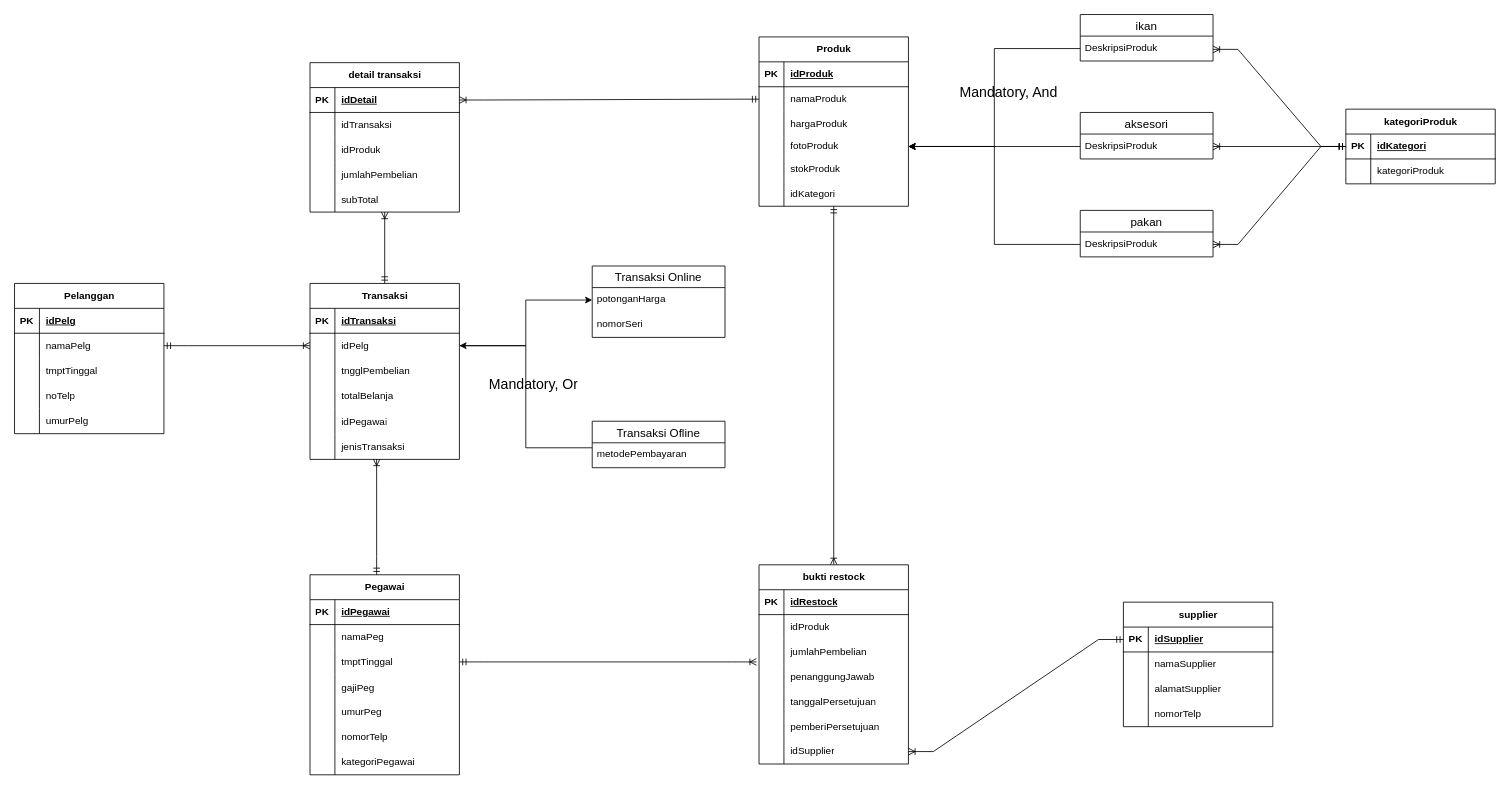
shinoaaa/flowchartttz keeps this draw.io diagram as Diagram Tanpa Judul.drawio. Above is the earlier version. Source tidied: cells renumbered, new cells numbered last; positions are measured from the earlier drawing's top-left corner, leaving out a move shared by most shapes. Both pictures are drawn from the tidied source at 83%, with x=0, y=0 at pixel (14, 14).
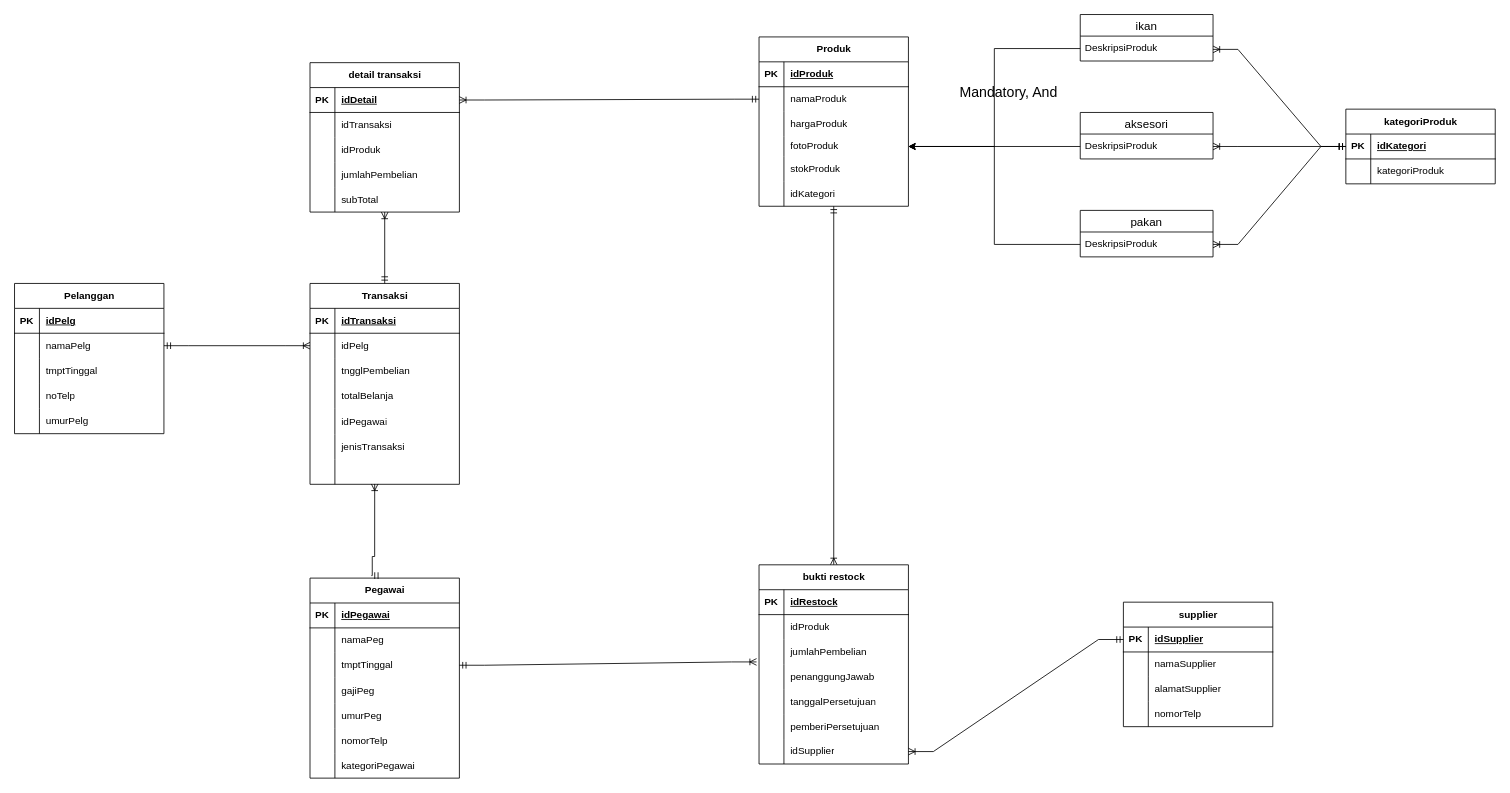
The same diagram, later.

Unchanged cells that the change refers to:
```xml
<mxCell id="22" style="shape=tableRow;horizontal=0;startSize=0;swimlaneHead=0;swimlaneBody=0;fillColor=none;points=[[0,0.5],[1,0.5]];portConstraint=eastwest;top=0;left=0;right=0;bottom=0;" parent="18" vertex="1">
  <mxGeometry y="60" width="180" height="30" as="geometry" />
</mxCell>
<mxCell id="34" style="shape=tableRow;horizontal=0;startSize=0;swimlaneHead=0;swimlaneBody=0;fillColor=none;points=[[0,0.5],[1,0.5]];portConstraint=eastwest;top=0;left=0;right=0;bottom=0;" parent="18" vertex="1">
  <mxGeometry y="182" width="180" height="30" as="geometry" />
</mxCell>
```

Diff of the diagram source:
```diff
@@
     <mxCell id="18" value="Transaksi" style="shape=table;startSize=30;childLayout=tableLayout;rowLines=0;fontStyle=1;align=center;html=1;" parent="1" vertex="1">
-      <mxGeometry x="356" y="324" width="180" height="212" as="geometry" />
+      <mxGeometry x="356" y="324" width="180" height="242" as="geometry" />
     </mxCell>
@@
+    <mxCell id="166" style="shape=tableRow;horizontal=0;startSize=0;swimlaneHead=0;swimlaneBody=0;fillColor=none;points=[[0,0.5],[1,0.5]];portConstraint=eastwest;top=0;left=0;right=0;bottom=0;" parent="18" vertex="1">
+      <mxGeometry y="212" width="180" height="30" as="geometry" />
+    </mxCell>
+    <mxCell id="167" style="shape=partialRectangle;fillColor=none;top=0;left=0;bottom=0;right=0;overflow=hidden;whiteSpace=wrap;html=1;" parent="166" vertex="1">
+      <mxGeometry width="30" height="30" as="geometry" />
+    </mxCell>
+    <mxCell id="168" style="shape=partialRectangle;fillColor=none;top=0;left=0;bottom=0;right=0;align=left;spacingLeft=6;overflow=hidden;whiteSpace=wrap;html=1;" parent="166" vertex="1">
+      <mxGeometry x="30" width="150" height="30" as="geometry" />
+    </mxCell>
     <mxCell id="37" value="Pegawai" style="shape=table;startSize=30;childLayout=tableLayout;rowLines=0;fontStyle=1;align=center;html=1;" parent="1" vertex="1">
-      <mxGeometry x="356" y="675" width="180" height="241" as="geometry" />
+      <mxGeometry x="356" y="679" width="180" height="241" as="geometry" />
     </mxCell>
@@
-    <mxCell id="96" style="edgeStyle=orthogonalEdgeStyle;rounded=0;jettySize=auto;html=1;startArrow=ERmandOne;startFill=0;endArrow=ERoneToMany;endFill=0;entryX=0.446;entryY=0.984;entryDx=0;entryDy=0;entryPerimeter=0;" parent="1" edge="1" source="37" target="34">
+    <mxCell id="96" style="edgeStyle=orthogonalEdgeStyle;rounded=0;jettySize=auto;html=1;startArrow=ERmandOne;startFill=0;endArrow=ERoneToMany;endFill=0;entryX=0.433;entryY=0.986;entryDx=0;entryDy=0;entryPerimeter=0;" parent="1" edge="1" target="166">
       <mxGeometry relative="1" as="geometry">
+        <mxPoint x="430" y="676" as="sourcePoint" />
         <Array as="points">
-          <mxPoint x="437" y="653" />
+          <mxPoint x="431" y="676" />
+          <mxPoint x="431" y="653" />
+          <mxPoint x="434" y="653" />
         </Array>
       </mxGeometry>
     </mxCell>
@@
-    <mxCell id="99" value="Transaksi Online" style="swimlane;fontStyle=0;horizontal=1;startSize=26;align=center;fontSize=14;" parent="1" vertex="1">
-      <mxGeometry x="696" y="303" width="160" height="86" as="geometry" />
-    </mxCell>
-    <mxCell id="100" value="potonganHarga" style="text;strokeColor=none;fillColor=none;spacingLeft=4;spacingRight=4;overflow=hidden;points=[[0,0.5],[1,0.5]];portConstraint=eastwest;fontSize=12;whiteSpace=wrap;html=1;" parent="99" vertex="1">
-      <mxGeometry y="26" width="160" height="30" as="geometry" />
-    </mxCell>
-    <mxCell id="101" value="nomorSeri" style="text;strokeColor=none;fillColor=none;spacingLeft=4;spacingRight=4;overflow=hidden;fontSize=12;whiteSpace=wrap;html=1;" parent="99" vertex="1">
-      <mxGeometry y="56" width="160" height="30" as="geometry" />
-    </mxCell>
-    <mxCell id="102" style="edgeStyle=orthogonalEdgeStyle;rounded=0;jettySize=auto;html=1;entryX=0;entryY=0.5;entryDx=0;entryDy=0;" parent="1" edge="1" source="22" target="100">
-      <mxGeometry relative="1" as="geometry" />
-    </mxCell>
@@
-    <mxCell id="104" value="Mandatory, Or" style="text;strokeColor=none;fillColor=none;spacingLeft=4;spacingRight=4;overflow=hidden;points=[[0,0.5],[1,0.5]];portConstraint=eastwest;fontSize=17;whiteSpace=wrap;html=1;" parent="1" vertex="1">
-      <mxGeometry x="566" y="430" width="118" height="30" as="geometry" />
-    </mxCell>
-    <mxCell id="105" style="edgeStyle=orthogonalEdgeStyle;rounded=0;jettySize=auto;html=1;entryX=1;entryY=0.5;entryDx=0;entryDy=0;" parent="1" edge="1" target="22">
-      <mxGeometry relative="1" as="geometry">
-        <mxPoint x="696" y="522" as="sourcePoint" />
-        <Array as="points">
-          <mxPoint x="616" y="522" />
-          <mxPoint x="616" y="399" />
-        </Array>
-      </mxGeometry>
-    </mxCell>
@@
-    <mxCell id="148" style="edgeStyle=orthogonalEdgeStyle;rounded=0;orthogonalLoop=1;jettySize=auto;html=1;exitX=1;exitY=0.5;exitDx=0;exitDy=0;" parent="1" edge="1" source="104" target="104">
-      <mxGeometry relative="1" as="geometry" />
+    <mxCell id="148" style="edgeStyle=orthogonalEdgeStyle;rounded=0;orthogonalLoop=1;jettySize=auto;html=1;exitX=1;exitY=0.5;exitDx=0;exitDy=0;" parent="1" edge="1">
+      <mxGeometry relative="1" as="geometry">
+        <mxPoint x="684" y="445" as="sourcePoint" />
+        <mxPoint x="684" y="445" as="targetPoint" />
+      </mxGeometry>
     </mxCell>
@@
-    <mxCell id="164" value="Transaksi Ofline" style="swimlane;fontStyle=0;horizontal=1;startSize=26;align=center;fontSize=14;" parent="1" vertex="1">
-      <mxGeometry x="696" y="490" width="160" height="56" as="geometry" />
-    </mxCell>
-    <mxCell id="165" value="metodePembayaran" style="text;strokeColor=none;fillColor=none;spacingLeft=4;spacingRight=4;overflow=hidden;fontSize=12;whiteSpace=wrap;html=1;" parent="164" vertex="1">
-      <mxGeometry y="26" width="160" height="30" as="geometry" />
-    </mxCell>
```
